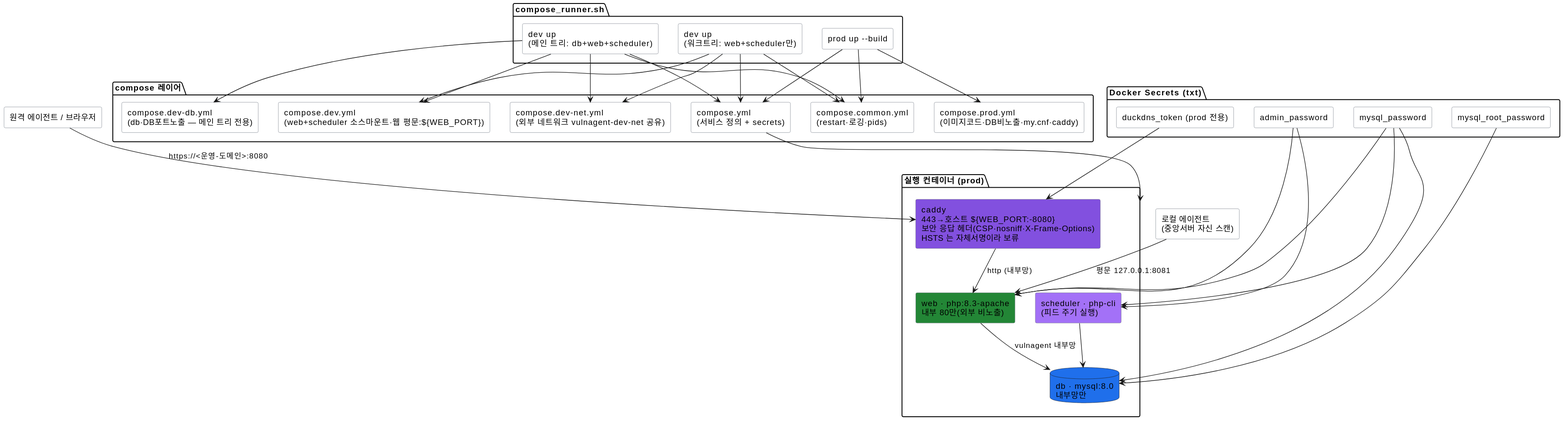
Above: docs/specs/diagrams/배포구성.svg in JeongDoWook/vuln-agent (PlantUML), before the change.
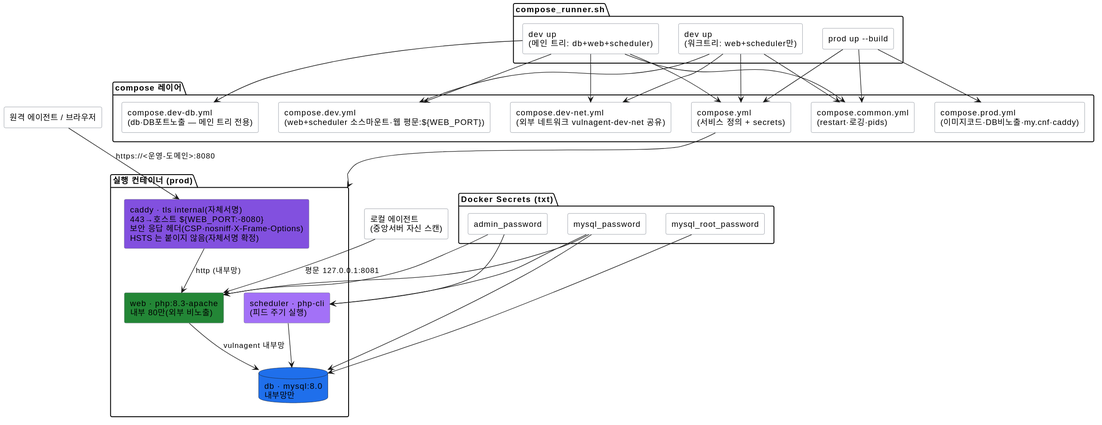
After the commit.

The edit, as a diff of the source:
```diff
@@ -26,11 +26,10 @@
     rectangle "mysql_root_password" as S1
     rectangle "mysql_password" as S2
     rectangle "admin_password" as S4
-    rectangle "duckdns_token (prod 전용)" as S5
 }
 
 package "실행 컨테이너 (prod)" as Stack {
-    rectangle "caddy\n443→호스트 ${WEB_PORT:-8080}\n보안 응답 헤더(CSP·nosniff·X-Frame-Options)\nHSTS 는 자체서명이라 보류" as CADDY #8250df
+    rectangle "caddy · tls internal(자체서명)\n443→호스트 ${WEB_PORT:-8080}\n보안 응답 헤더(CSP·nosniff·X-Frame-Options)\nHSTS 는 붙이지 않음(자체서명 확정)" as CADDY #8250df
     rectangle "web · php:8.3-apache\n내부 80만(외부 비노출)" as WC #238636
     rectangle "scheduler · php-cli\n(피드 주기 실행)" as SCH #a371f7
     database "db · mysql:8.0\n내부망만" as DC #1f6feb
@@ -53,7 +52,6 @@
 
 F0 --> Stack
 
-S5 --> CADDY
 S2 --> WC
 S4 --> WC
 S2 --> SCH
```
